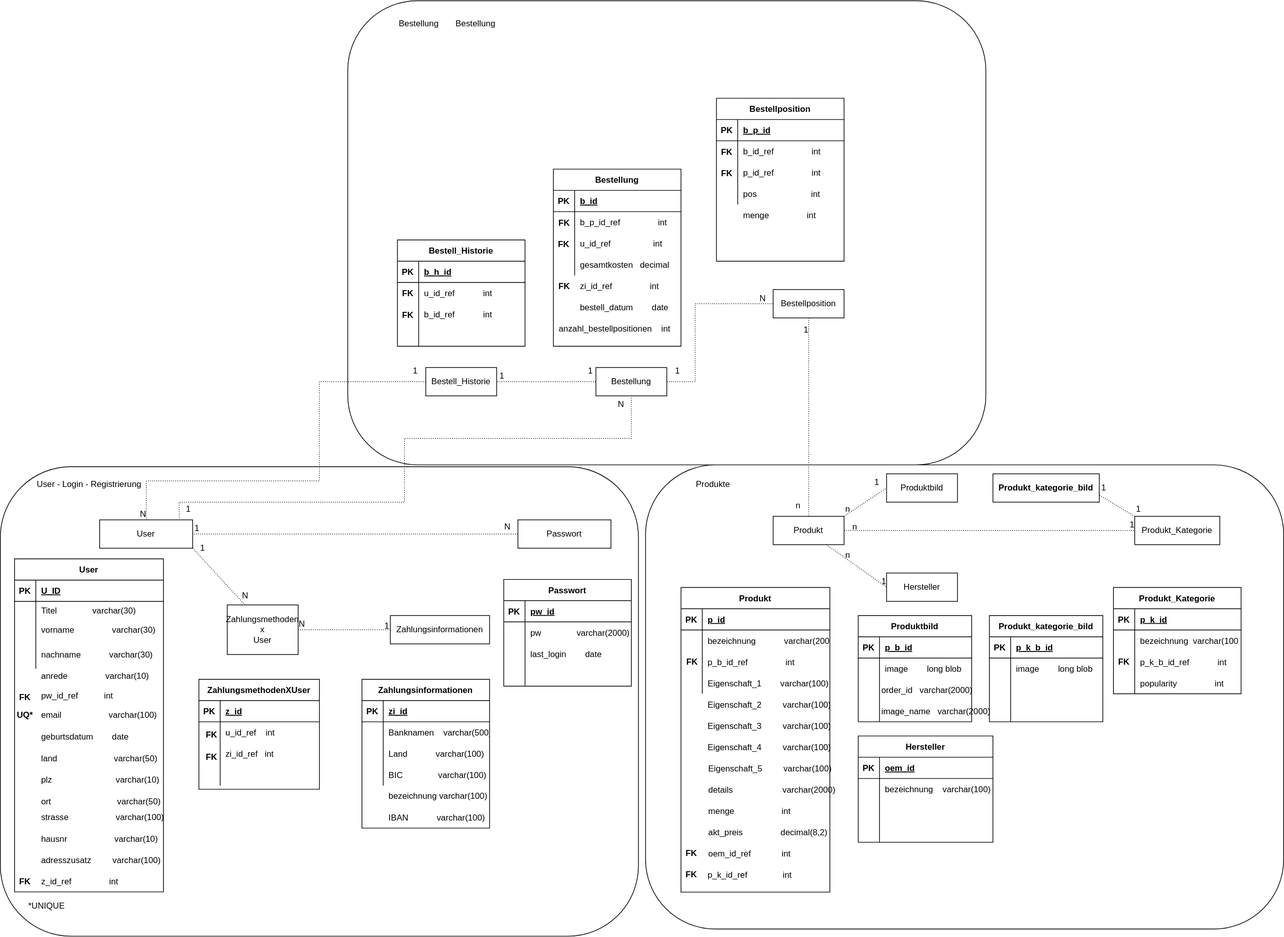
This is sql/ER-Modell.drawio.svg from Projektarbeiten/ProjectPlatypus, a draw.io export, as it was before one commit. Source tidied: cells renumbered, new cells last; positions are measured from the earlier drawing's top-left corner, leaving out a move shared by most shapes.
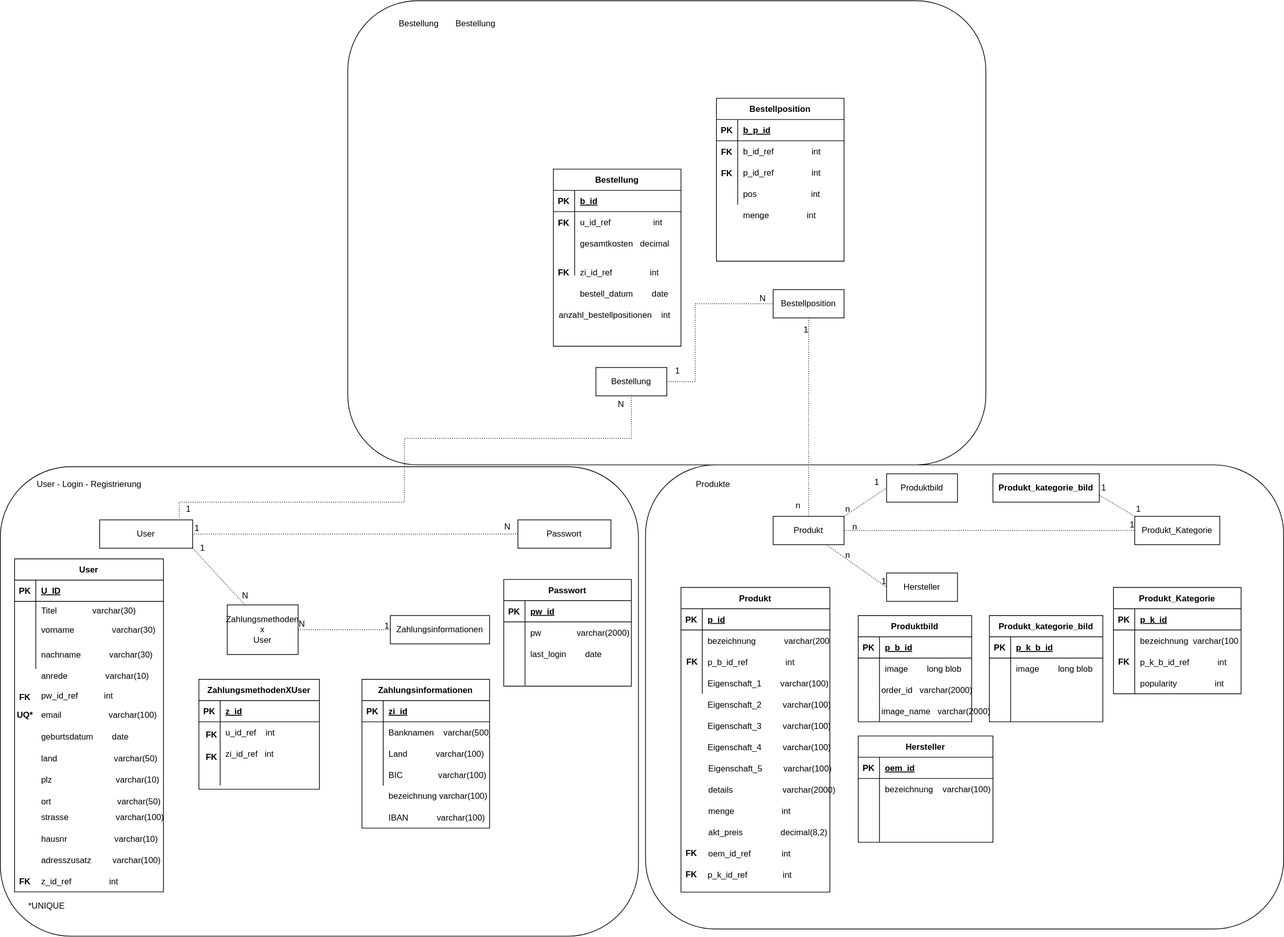
After the commit.

The edit, as a diff of the source:
```diff
@@ -560,23 +560,9 @@
     <mxCell id="183" value="Bestellung" style="whiteSpace=wrap;html=1;align=center;" parent="1" vertex="1">
       <mxGeometry x="840" y="518" width="100" height="40" as="geometry" />
     </mxCell>
-    <mxCell id="184" value="Bestell_Historie" style="whiteSpace=wrap;html=1;align=center;" parent="1" vertex="1">
-      <mxGeometry x="600" y="518" width="100" height="40" as="geometry" />
-    </mxCell>
     <mxCell id="185" value="Bestellposition" style="whiteSpace=wrap;html=1;align=center;" parent="1" vertex="1">
       <mxGeometry x="1090" y="408" width="100" height="40" as="geometry" />
     </mxCell>
-    <mxCell id="186" style="endArrow=none;html=1;rounded=0;dashed=1;dashPattern=1 2;exitX=0;exitY=0.5;exitDx=0;exitDy=0;entryX=1;entryY=0.5;entryDx=0;entryDy=0;" parent="1" edge="1" source="183" target="184">
-      <mxGeometry relative="1" as="geometry" />
-    </mxCell>
-    <mxCell id="187" value="1" style="html=1;align=right;verticalAlign=bottom;" parent="186" vertex="1">
-      <mxGeometry x="1" relative="1" as="geometry">
-        <mxPoint x="11" as="offset" />
-      </mxGeometry>
-    </mxCell>
-    <mxCell id="188" value="1" style="text;html=1;align=center;verticalAlign=middle;strokeColor=none;fillColor=none;" parent="1" vertex="1">
-      <mxGeometry x="817" y="508" width="30" height="30" as="geometry" />
-    </mxCell>
     <mxCell id="189" style="endArrow=none;html=1;rounded=0;dashed=1;dashPattern=1 2;exitX=1;exitY=0.5;exitDx=0;exitDy=0;entryX=0;entryY=0.5;entryDx=0;entryDy=0;" parent="1" edge="1" source="183" target="185">
       <mxGeometry relative="1" as="geometry">
         <Array as="points">
@@ -612,60 +598,6 @@
     <mxCell id="194" value="1" style="text;html=1;align=center;verticalAlign=middle;strokeColor=none;fillColor=none;" parent="1" vertex="1">
       <mxGeometry x="250" y="703" width="30" height="30" as="geometry" />
     </mxCell>
-    <mxCell id="195" style="endArrow=none;html=1;rounded=0;dashed=1;dashPattern=1 2;entryX=0.5;entryY=0;entryDx=0;entryDy=0;exitX=0;exitY=0.5;exitDx=0;exitDy=0;" parent="1" edge="1" source="184" target="49">
-      <mxGeometry relative="1" as="geometry">
-        <Array as="points">
-          <mxPoint x="450" y="538" />
-          <mxPoint x="450" y="678" />
-          <mxPoint x="206" y="678" />
-        </Array>
-      </mxGeometry>
-    </mxCell>
-    <mxCell id="196" value="N" style="html=1;align=right;verticalAlign=bottom;" parent="195" vertex="1">
-      <mxGeometry x="1" relative="1" as="geometry" />
-    </mxCell>
-    <mxCell id="197" value="1" style="text;html=1;align=center;verticalAlign=middle;strokeColor=none;fillColor=none;" parent="1" vertex="1">
-      <mxGeometry x="570" y="508" width="30" height="30" as="geometry" />
-    </mxCell>
-    <mxCell id="198" value="Bestell_Historie" style="shape=table;startSize=30;rowLines=0;fontStyle=1;align=center;" parent="1" vertex="1">
-      <mxGeometry x="560" y="338" width="180" height="150" as="geometry" />
-    </mxCell>
-    <mxCell id="199" style="shape=tableRow;horizontal=0;startSize=0;swimlaneHead=0;swimlaneBody=0;fillColor=none;top=0;left=0;right=0;bottom=1;" parent="198" vertex="1">
-      <mxGeometry y="30" width="180" height="30" as="geometry" />
-    </mxCell>
-    <mxCell id="200" value="PK" style="shape=partialRectangle;fillColor=none;top=0;left=0;bottom=0;right=0;fontStyle=1;overflow=hidden;" parent="199" vertex="1">
-      <mxGeometry width="30" height="30" as="geometry" />
-    </mxCell>
-    <mxCell id="201" value="b_h_id" style="shape=partialRectangle;fillColor=none;top=0;left=0;bottom=0;right=0;align=left;spacingLeft=6;fontStyle=5;overflow=hidden;" parent="199" vertex="1">
-      <mxGeometry x="30" width="150" height="30" as="geometry" />
-    </mxCell>
-    <mxCell id="202" style="shape=tableRow;horizontal=0;startSize=0;swimlaneHead=0;swimlaneBody=0;fillColor=none;top=0;left=0;right=0;bottom=0;" parent="198" vertex="1">
-      <mxGeometry y="60" width="180" height="30" as="geometry" />
-    </mxCell>
-    <mxCell id="203" style="shape=partialRectangle;fillColor=none;top=0;left=0;bottom=0;right=0;overflow=hidden;" parent="202" vertex="1">
-      <mxGeometry width="30" height="30" as="geometry" />
-    </mxCell>
-    <mxCell id="204" value="u_id_ref            int" style="shape=partialRectangle;fillColor=none;top=0;left=0;bottom=0;right=0;align=left;spacingLeft=6;overflow=hidden;" parent="202" vertex="1">
-      <mxGeometry x="30" width="150" height="30" as="geometry" />
-    </mxCell>
-    <mxCell id="205" style="shape=tableRow;horizontal=0;startSize=0;swimlaneHead=0;swimlaneBody=0;fillColor=none;top=0;left=0;right=0;bottom=0;" parent="198" vertex="1">
-      <mxGeometry y="90" width="180" height="30" as="geometry" />
-    </mxCell>
-    <mxCell id="206" style="shape=partialRectangle;fillColor=none;top=0;left=0;bottom=0;right=0;overflow=hidden;" parent="205" vertex="1">
-      <mxGeometry width="30" height="30" as="geometry" />
-    </mxCell>
-    <mxCell id="207" value="b_id_ref            int" style="shape=partialRectangle;fillColor=none;top=0;left=0;bottom=0;right=0;align=left;spacingLeft=6;overflow=hidden;" parent="205" vertex="1">
-      <mxGeometry x="30" width="150" height="30" as="geometry" />
-    </mxCell>
-    <mxCell id="208" style="shape=tableRow;horizontal=0;startSize=0;swimlaneHead=0;swimlaneBody=0;fillColor=none;top=0;left=0;right=0;bottom=0;" parent="198" vertex="1">
-      <mxGeometry y="120" width="180" height="30" as="geometry" />
-    </mxCell>
-    <mxCell id="209" style="shape=partialRectangle;fillColor=none;top=0;left=0;bottom=0;right=0;overflow=hidden;" parent="208" vertex="1">
-      <mxGeometry width="30" height="30" as="geometry" />
-    </mxCell>
-    <mxCell id="210" style="shape=partialRectangle;fillColor=none;top=0;left=0;bottom=0;right=0;align=left;spacingLeft=6;overflow=hidden;" parent="208" vertex="1">
-      <mxGeometry x="30" width="150" height="30" as="geometry" />
-    </mxCell>
     <mxCell id="211" value="Bestellung" style="shape=table;startSize=30;rowLines=0;fontStyle=1;align=center;" parent="1" vertex="1">
       <mxGeometry x="780" y="238" width="180" height="250" as="geometry" />
     </mxCell>
@@ -678,17 +610,8 @@
     <mxCell id="214" value="b_id" style="shape=partialRectangle;fillColor=none;top=0;left=0;bottom=0;right=0;align=left;spacingLeft=6;fontStyle=5;overflow=hidden;" parent="212" vertex="1">
       <mxGeometry x="30" width="150" height="30" as="geometry" />
     </mxCell>
-    <mxCell id="215" style="shape=tableRow;horizontal=0;startSize=0;swimlaneHead=0;swimlaneBody=0;fillColor=none;top=0;left=0;right=0;bottom=0;" parent="211" vertex="1">
-      <mxGeometry y="60" width="180" height="30" as="geometry" />
-    </mxCell>
-    <mxCell id="216" style="shape=partialRectangle;fillColor=none;top=0;left=0;bottom=0;right=0;overflow=hidden;" parent="215" vertex="1">
-      <mxGeometry width="30" height="30" as="geometry" />
-    </mxCell>
-    <mxCell id="217" value="b_p_id_ref                int" style="shape=partialRectangle;fillColor=none;top=0;left=0;bottom=0;right=0;align=left;spacingLeft=6;overflow=hidden;" parent="215" vertex="1">
-      <mxGeometry x="30" width="150" height="30" as="geometry" />
-    </mxCell>
     <mxCell id="218" style="shape=tableRow;horizontal=0;startSize=0;swimlaneHead=0;swimlaneBody=0;fillColor=none;top=0;left=0;right=0;bottom=0;" parent="211" vertex="1">
-      <mxGeometry y="90" width="180" height="30" as="geometry" />
+      <mxGeometry y="60" width="180" height="30" as="geometry" />
     </mxCell>
     <mxCell id="219" style="shape=partialRectangle;fillColor=none;top=0;left=0;bottom=0;right=0;overflow=hidden;" parent="218" vertex="1">
       <mxGeometry width="30" height="30" as="geometry" />
@@ -697,7 +620,7 @@
       <mxGeometry x="30" width="150" height="30" as="geometry" />
     </mxCell>
     <mxCell id="221" style="shape=tableRow;horizontal=0;startSize=0;swimlaneHead=0;swimlaneBody=0;fillColor=none;top=0;left=0;right=0;bottom=0;" parent="211" vertex="1">
-      <mxGeometry y="120" width="180" height="30" as="geometry" />
+      <mxGeometry y="90" width="180" height="30" as="geometry" />
     </mxCell>
     <mxCell id="222" style="shape=partialRectangle;fillColor=none;top=0;left=0;bottom=0;right=0;overflow=hidden;" parent="221" vertex="1">
       <mxGeometry width="30" height="30" as="geometry" />
@@ -705,17 +628,26 @@
     <mxCell id="223" value="gesamtkosten   decimal" style="shape=partialRectangle;fillColor=none;top=0;left=0;bottom=0;right=0;align=left;spacingLeft=6;overflow=hidden;" parent="221" vertex="1">
       <mxGeometry x="30" width="150" height="30" as="geometry" />
     </mxCell>
+    <mxCell id="215" style="shape=tableRow;horizontal=0;startSize=0;swimlaneHead=0;swimlaneBody=0;fillColor=none;top=0;left=0;right=0;bottom=0;" parent="211" vertex="1">
+      <mxGeometry y="120" width="180" height="30" as="geometry" />
+    </mxCell>
+    <mxCell id="216" style="shape=partialRectangle;fillColor=none;top=0;left=0;bottom=0;right=0;overflow=hidden;" parent="215" vertex="1">
+      <mxGeometry width="30" height="30" as="geometry" />
+    </mxCell>
+    <mxCell id="217" style="shape=partialRectangle;fillColor=none;top=0;left=0;bottom=0;right=0;align=left;spacingLeft=6;overflow=hidden;" parent="215" vertex="1">
+      <mxGeometry x="30" width="150" height="30" as="geometry" />
+    </mxCell>
     <mxCell id="224" value="zi_id_ref                int" style="shape=partialRectangle;fillColor=none;top=0;left=0;bottom=0;right=0;align=left;spacingLeft=6;overflow=hidden;" parent="1" vertex="1">
-      <mxGeometry x="810" y="388" width="150" height="30" as="geometry" />
+      <mxGeometry x="810" y="368.4" width="150" height="30" as="geometry" />
     </mxCell>
     <mxCell id="225" value="bestell_datum        date" style="shape=partialRectangle;fillColor=none;top=0;left=0;bottom=0;right=0;align=left;spacingLeft=6;overflow=hidden;" parent="1" vertex="1">
-      <mxGeometry x="810" y="418" width="150" height="30" as="geometry" />
+      <mxGeometry x="810" y="398.4" width="150" height="30" as="geometry" />
     </mxCell>
     <mxCell id="226" value="bezeichnung varchar(100)" style="shape=partialRectangle;fillColor=none;top=0;left=0;bottom=0;right=0;align=left;spacingLeft=6;overflow=hidden;" parent="1" vertex="1">
       <mxGeometry x="540" y="1107.3" width="150" height="30" as="geometry" />
     </mxCell>
     <mxCell id="227" value="anzahl_bestellpositionen    int" style="shape=partialRectangle;fillColor=none;top=0;left=0;bottom=0;right=0;align=left;spacingLeft=6;overflow=hidden;" parent="1" vertex="1">
-      <mxGeometry x="780" y="448" width="190" height="30" as="geometry" />
+      <mxGeometry x="780" y="428.4" width="190" height="30" as="geometry" />
     </mxCell>
     <mxCell id="228" value="Bestellposition" style="shape=table;startSize=30;rowLines=0;fontStyle=1;align=center;" parent="1" vertex="1">
       <mxGeometry x="1010" y="138" width="180" height="230" as="geometry" />
@@ -779,20 +711,11 @@
     <mxCell id="247" value="FK" style="shape=partialRectangle;fillColor=none;top=0;left=0;bottom=0;right=0;fontStyle=1;overflow=hidden;" parent="1" vertex="1">
       <mxGeometry x="1570" y="918" width="30" height="30.4" as="geometry" />
     </mxCell>
-    <mxCell id="248" value="FK" style="shape=partialRectangle;fillColor=none;top=0;left=0;bottom=0;right=0;fontStyle=1;overflow=hidden;" parent="1" vertex="1">
-      <mxGeometry x="560" y="397.8" width="30" height="30.4" as="geometry" />
-    </mxCell>
-    <mxCell id="249" value="FK" style="shape=partialRectangle;fillColor=none;top=0;left=0;bottom=0;right=0;fontStyle=1;overflow=hidden;" parent="1" vertex="1">
-      <mxGeometry x="560" y="428.2" width="30" height="30.4" as="geometry" />
-    </mxCell>
-    <mxCell id="250" value="FK" style="shape=partialRectangle;fillColor=none;top=0;left=0;bottom=0;right=0;fontStyle=1;overflow=hidden;" parent="1" vertex="1">
-      <mxGeometry x="780.6" y="298" width="30" height="30.4" as="geometry" />
-    </mxCell>
     <mxCell id="251" value="FK" style="shape=partialRectangle;fillColor=none;top=0;left=0;bottom=0;right=0;fontStyle=1;overflow=hidden;" parent="1" vertex="1">
-      <mxGeometry x="780" y="328.4" width="30" height="30.4" as="geometry" />
+      <mxGeometry x="780" y="298" width="30" height="30.4" as="geometry" />
     </mxCell>
     <mxCell id="252" value="FK" style="shape=partialRectangle;fillColor=none;top=0;left=0;bottom=0;right=0;fontStyle=1;overflow=hidden;" parent="1" vertex="1">
-      <mxGeometry x="780.6" y="387.6" width="30" height="30.4" as="geometry" />
+      <mxGeometry x="780" y="368" width="30" height="30.4" as="geometry" />
     </mxCell>
     <mxCell id="253" value="FK" style="shape=partialRectangle;fillColor=none;top=0;left=0;bottom=0;right=0;fontStyle=1;overflow=hidden;" parent="1" vertex="1">
       <mxGeometry x="1010" y="198" width="30" height="30.4" as="geometry" />
```
